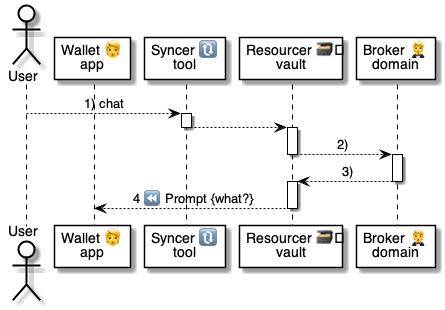
Earlier version of the PlantUML export 5 ⏩ Flows/77 🔃⏩ Syncer/.📎 Assets/chat.png (pollyweb-org/pollyweb-docs). Its source is kept beside it as 5 ⏩ Flows/77 🔃⏩ Syncer/.📎 Assets/chat.puml.
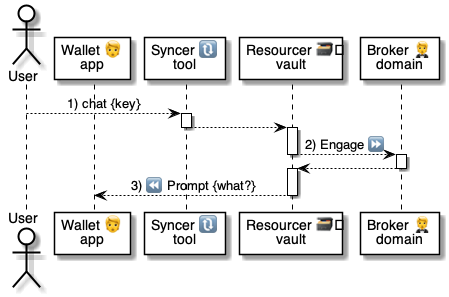
After the change.

The edit, as a diff of the source:
```diff
@@ -7,22 +7,22 @@
 participant "Broker 🤵\ndomain" as broker
 
 
-    user --> syncer: 1) chat
+    user --> syncer: 1) chat {key}
 
     activate syncer
         syncer --> resourcer:
     deactivate syncer
 
     activate resourcer
-        resourcer --> broker: 2)
+        resourcer --> broker: 2) Engage ⏩
     deactivate resourcer
 
     activate broker
-        broker --> resourcer: 3)
+        broker --> resourcer:
     deactivate broker
 
     activate resourcer
-        resourcer --> wallet: 4 ⏪ Prompt {what?}
+        resourcer --> wallet: 3) ⏪ Prompt {what?}
     deactivate resourcer
 
 @enduml
```
